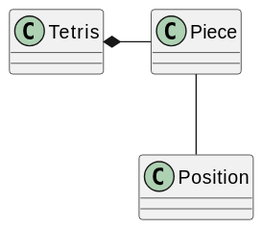
This is images/modelosUML/MdD.svg from mmasias/pyTetris, a PlantUML export, as it was before one commit. Source of this version:
```plantuml
@startuml
Tetris *-r- Piece
Piece -- Position
@enduml
```
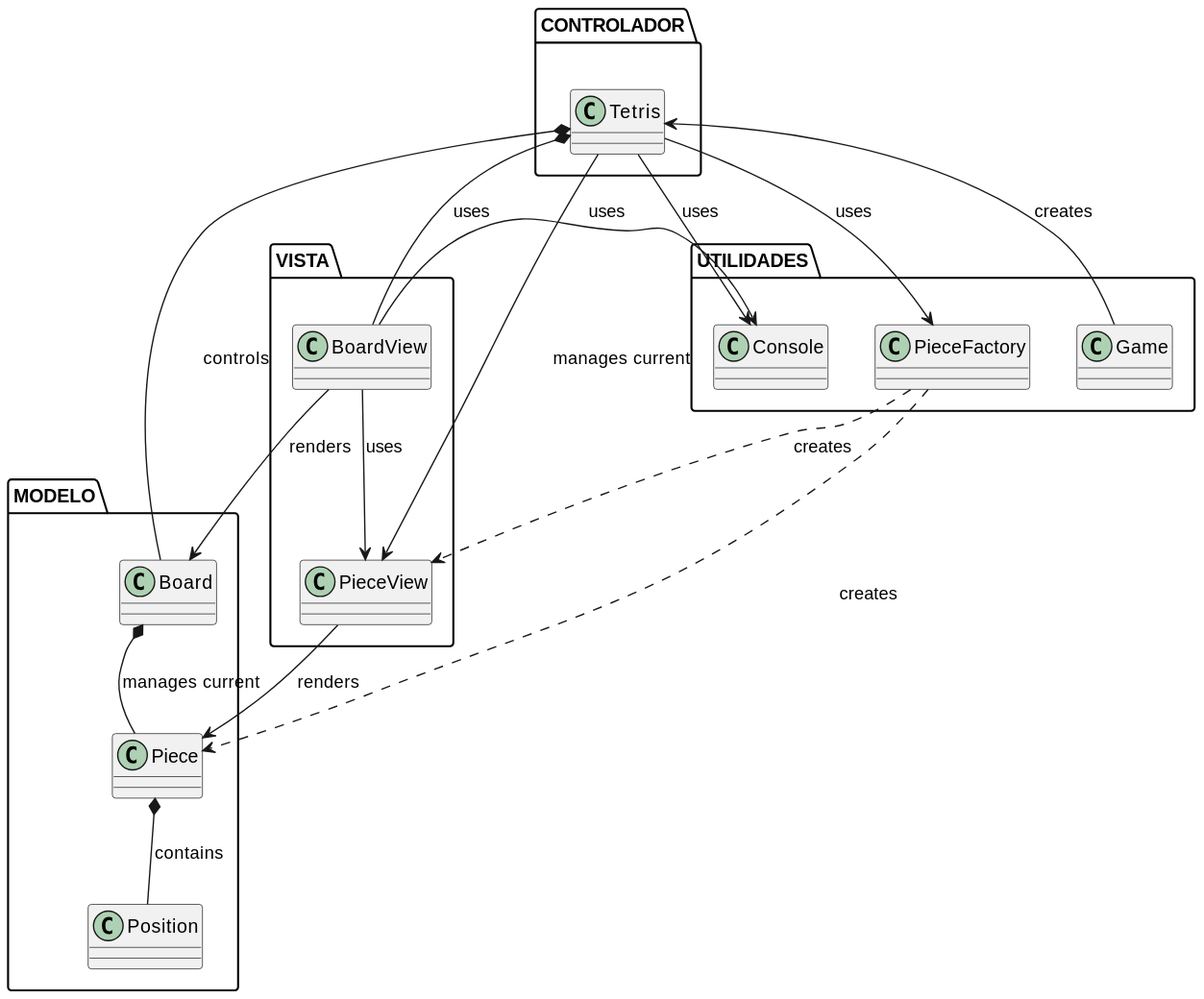
Above is the later version.

Change to the diagram source:
```diff
@@ -1,4 +1,41 @@
 @startuml
-Tetris *-r- Piece
-Piece -- Position
+package MODELO as "MODELO" {
+    class Board
+    class Piece
+    class Position
+}
+
+package "VISTA" {
+    class BoardView
+    class PieceView
+}
+
+package "CONTROLADOR" {
+    class Tetris
+}
+
+package "UTILIDADES" {
+    class Console
+    class PieceFactory
+    class Game
+}
+
+
+Game --> Tetris : creates
+Tetris *-- Board : controls
+Tetris *-- BoardView : uses
+Tetris --> PieceView : manages current
+Tetris --> Console : uses
+Tetris --> PieceFactory : uses
+
+Board *-- Piece : manages current
+Piece *-- Position : contains
+
+BoardView --> Console : uses
+BoardView --> Board : renders
+BoardView --> PieceView : uses
+PieceView --> Piece : renders
+
+PieceFactory ..> Piece : creates
+PieceFactory ..> PieceView : creates
 @enduml
```
